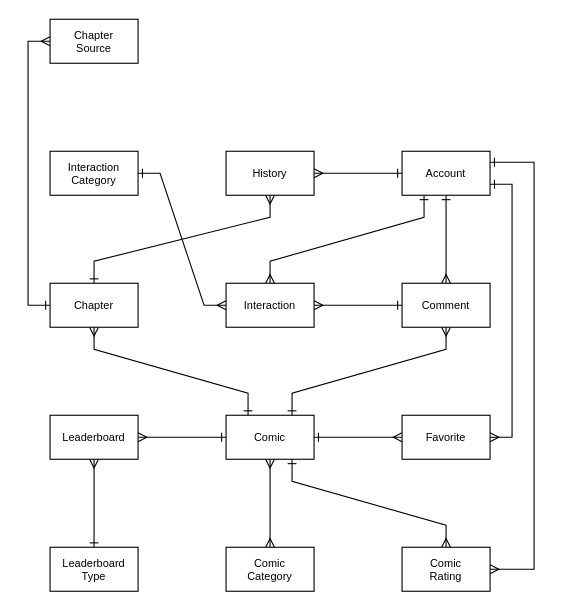
Earlier version of the draw.io diagram page "Concept" (1 of 2) of OnComics.Database/OnComics-ERD-Diagram.drawio (hiepquoc0607/OnComics). Source tidied: cells renumbered, new cells numbered last; positions are measured from the earlier drawing's top-left corner, leaving out a move shared by most shapes. Both pictures are drawn from the tidied source at 110%, with x=0, y=0 at pixel (28, 19).
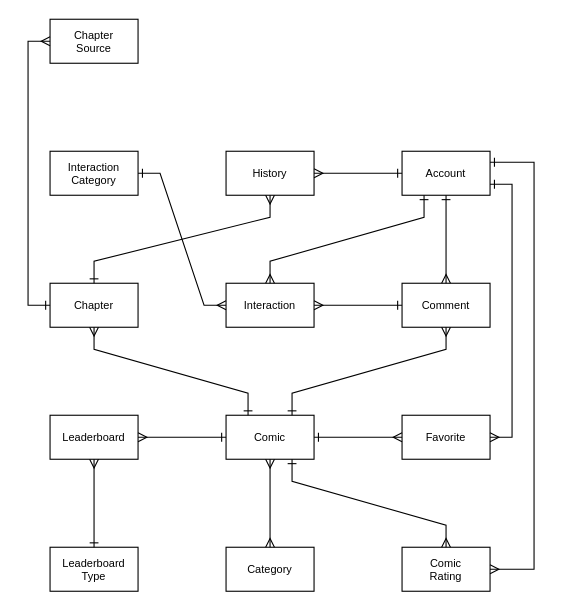
The same page after the edit.

Diff of the diagram source:
```diff
@@
-    <mxCell id="8" value="Comic&lt;div&gt;Category&lt;/div&gt;" style="rounded=0;whiteSpace=wrap;html=1;fontSize=10;" parent="1" vertex="1">
+    <mxCell id="8" value="Category" style="rounded=0;whiteSpace=wrap;html=1;fontSize=10;" parent="1" vertex="1">
       <mxGeometry x="180" y="480" width="80" height="40" as="geometry" />
     </mxCell>
```
